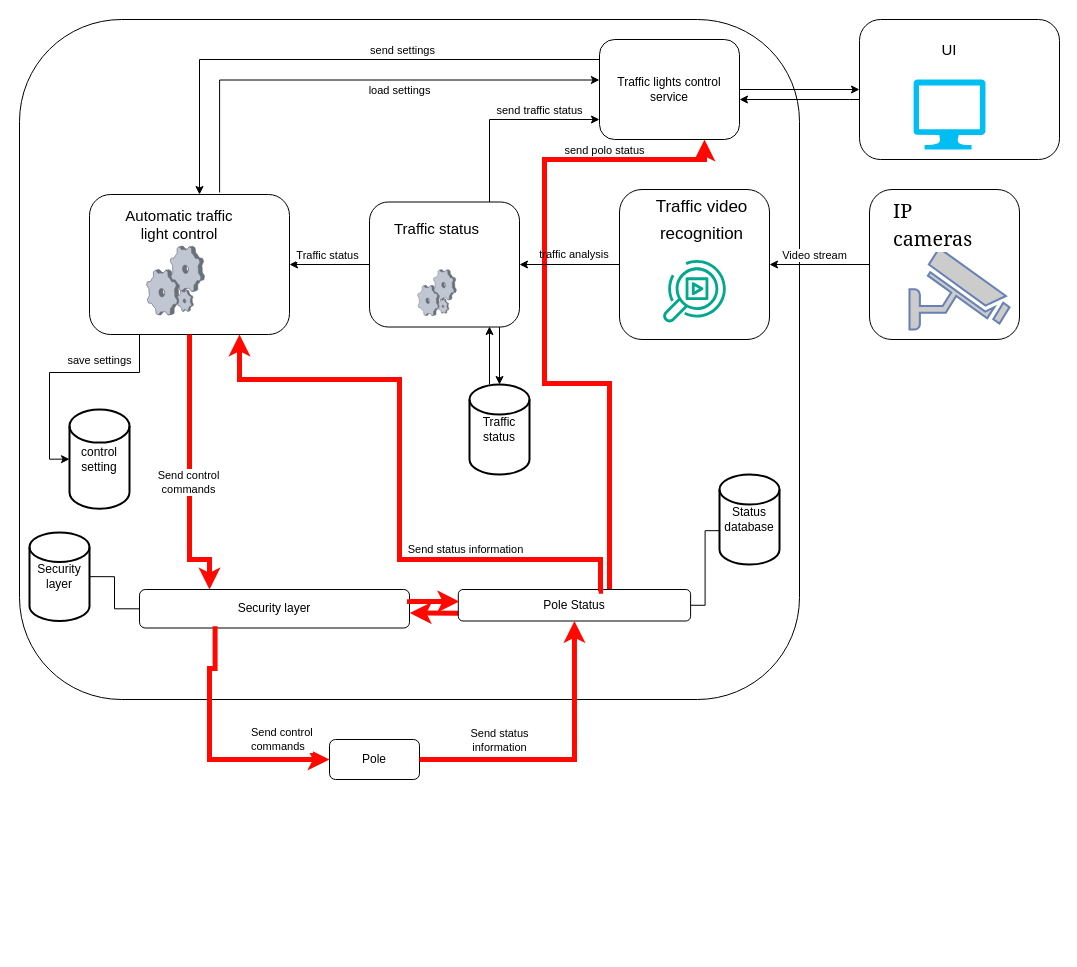
Mrazbb/OAMK_DDD keeps this draw.io diagram as Untitled Diagram.drawio. Above is the earlier version. Source tidied: cells renumbered, new cells numbered last; positions are measured from the earlier drawing's top-left corner, leaving out a move shared by most shapes. Both pictures are drawn from the tidied source at 100%, with x=0, y=0 at pixel (19, 19).
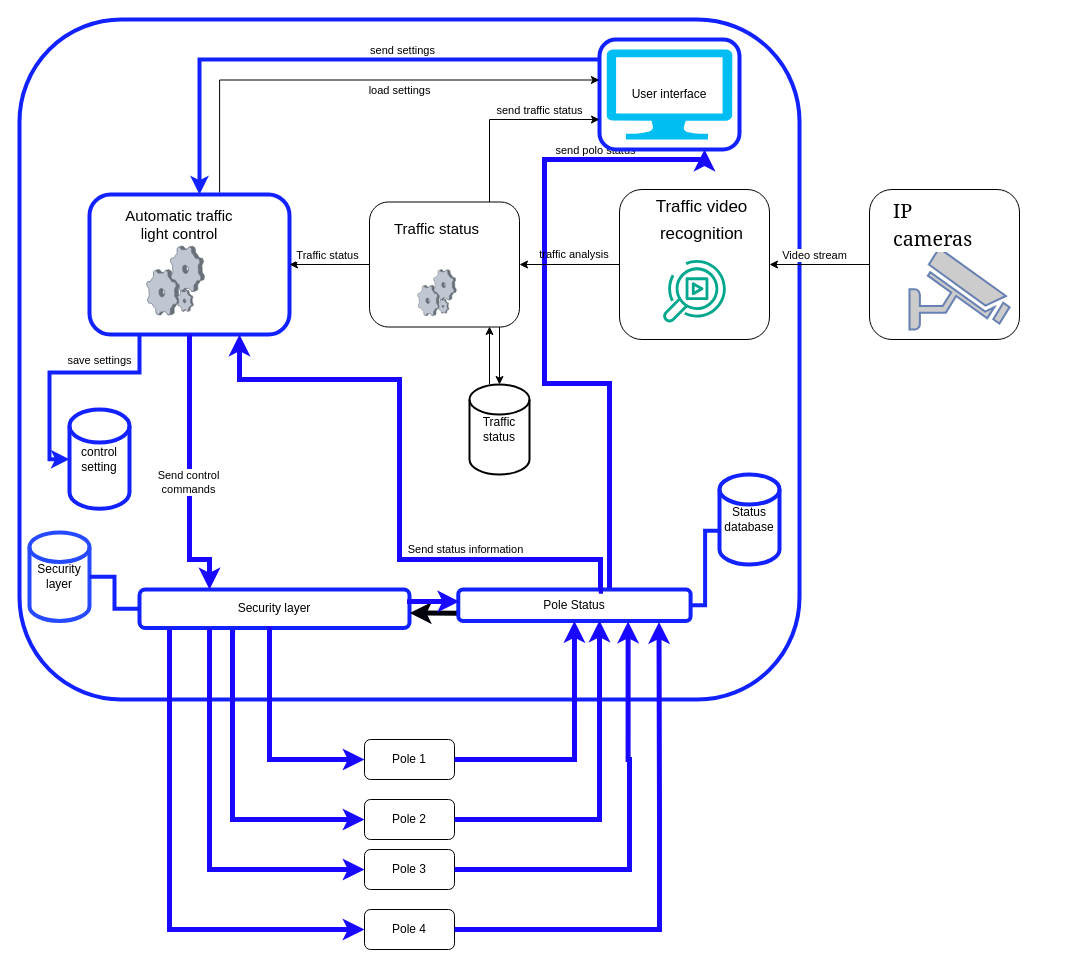
Above is the later version.

The change refers to these unchanged cells:
```xml
<mxCell id="3" style="group;" parent="1" vertex="1">
  <mxGeometry x="30" y="300" width="760" height="400" as="geometry" />
</mxCell>
```

Diff of the diagram source:
```diff
@@
-    <mxCell id="2" value="Pole" style="rounded=1;whiteSpace=wrap;html=1;" parent="1" vertex="1">
-      <mxGeometry x="310" y="720" width="90" height="40" as="geometry" />
-    </mxCell>
@@
     <mxCell id="4" style="group;" parent="3" vertex="1">
-      <mxGeometry x="-30" y="-300" width="790" height="680" as="geometry" />
+      <mxGeometry x="-30" y="-300" width="790" height="700" as="geometry" />
     </mxCell>
-    <mxCell id="5" style="rounded=1;whiteSpace=wrap;html=1;align=center;" parent="4" vertex="1">
+    <mxCell id="5" style="rounded=1;whiteSpace=wrap;html=1;align=center;strokeColor=#1222FF;strokeWidth=4;" parent="4" vertex="1">
       <mxGeometry width="780" height="680" as="geometry" />
     </mxCell>
-    <mxCell id="6" value="Security layer" style="rounded=1;whiteSpace=wrap;html=1;" parent="4" vertex="1">
+    <mxCell id="6" value="Security layer" style="rounded=1;whiteSpace=wrap;html=1;strokeColor=#1222FF;strokeWidth=4;" parent="4" vertex="1">
       <mxGeometry x="120" y="570" width="270" height="38.5" as="geometry" />
     </mxCell>
-    <mxCell id="7" style="edgeStyle=orthogonalEdgeStyle;shape=connector;rounded=0;jettySize=auto;html=1;exitX=0;exitY=0.75;exitDx=0;exitDy=0;labelBackgroundColor=default;strokeColor=#FF0800;align=center;verticalAlign=middle;fontFamily=Helvetica;fontSize=11;fontColor=default;endArrow=classic;entryX=1.001;entryY=0.612;entryDx=0;entryDy=0;entryPerimeter=0;strokeWidth=5;" parent="4" edge="1" source="10" target="6">
+    <mxCell id="7" style="edgeStyle=orthogonalEdgeStyle;shape=connector;rounded=0;jettySize=auto;html=1;exitX=0;exitY=0.75;exitDx=0;exitDy=0;labelBackgroundColor=default;strokeColor=#01000A;align=center;verticalAlign=middle;fontFamily=Helvetica;fontSize=11;fontColor=default;endArrow=classic;entryX=1.001;entryY=0.612;entryDx=0;entryDy=0;entryPerimeter=0;strokeWidth=5;" parent="4" edge="1" source="10" target="6">
       <mxGeometry relative="1" as="geometry" />
     </mxCell>
-    <mxCell id="8" style="edgeStyle=orthogonalEdgeStyle;shape=connector;rounded=0;jettySize=auto;html=1;entryX=0.75;entryY=1;entryDx=0;entryDy=0;labelBackgroundColor=default;strokeColor=#FF0800;align=center;verticalAlign=middle;fontFamily=Helvetica;fontSize=11;fontColor=default;endArrow=classic;strokeWidth=5;" parent="4" edge="1" source="10" target="39">
+    <mxCell id="8" style="edgeStyle=orthogonalEdgeStyle;shape=connector;rounded=0;jettySize=auto;html=1;entryX=0.75;entryY=1;entryDx=0;entryDy=0;labelBackgroundColor=default;strokeColor=#1808FF;align=center;verticalAlign=middle;fontFamily=Helvetica;fontSize=11;fontColor=default;endArrow=classic;strokeWidth=5;" parent="4" edge="1" source="10" target="39">
       <mxGeometry relative="1" as="geometry">
         <Array as="points">
           <mxPoint x="590" y="364" />
           <mxPoint x="525" y="364" />
           <mxPoint x="525" y="140" />
           <mxPoint x="685" y="140" />
         </Array>
       </mxGeometry>
     </mxCell>
@@
-    <mxCell id="10" value="Pole Status" style="rounded=1;whiteSpace=wrap;html=1;" parent="4" vertex="1">
+    <mxCell id="10" value="Pole Status" style="rounded=1;whiteSpace=wrap;html=1;strokeColor=#1222FF;strokeWidth=4;" parent="4" vertex="1">
       <mxGeometry x="438.8" y="570" width="232.3" height="31.5" as="geometry" />
     </mxCell>
-    <mxCell id="11" style="edgeStyle=orthogonalEdgeStyle;shape=connector;rounded=0;jettySize=auto;html=1;exitX=1;exitY=0.25;exitDx=0;exitDy=0;labelBackgroundColor=default;strokeColor=#FF0800;align=center;verticalAlign=middle;fontFamily=Helvetica;fontSize=11;fontColor=default;endArrow=classic;entryX=0.004;entryY=0.378;entryDx=0;entryDy=0;entryPerimeter=0;strokeWidth=5;" parent="4" edge="1" source="6" target="10">
+    <mxCell id="11" style="edgeStyle=orthogonalEdgeStyle;shape=connector;rounded=0;jettySize=auto;html=1;exitX=1;exitY=0.25;exitDx=0;exitDy=0;labelBackgroundColor=default;strokeColor=#1808FF;align=center;verticalAlign=middle;fontFamily=Helvetica;fontSize=11;fontColor=default;endArrow=classic;entryX=0.004;entryY=0.378;entryDx=0;entryDy=0;entryPerimeter=0;strokeWidth=5;" parent="4" edge="1" source="6" target="10">
       <mxGeometry relative="1" as="geometry">
         <Array as="points">
           <mxPoint x="390" y="582" />
         </Array>
       </mxGeometry>
     </mxCell>
-    <mxCell id="12" value="Security layer" style="strokeWidth=2;html=1;shape=mxgraph.flowchart.database;whiteSpace=wrap;" parent="4" vertex="1">
+    <mxCell id="12" value="Security layer" style="strokeWidth=4;html=1;shape=mxgraph.flowchart.database;whiteSpace=wrap;strokeColor=#264AFF;" parent="4" vertex="1">
       <mxGeometry x="10" y="512.9" width="60" height="88.5" as="geometry" />
     </mxCell>
-    <mxCell id="13" style="endArrow=none;html=1;rounded=0;labelBackgroundColor=default;strokeColor=default;align=center;verticalAlign=middle;fontFamily=Helvetica;fontSize=11;fontColor=default;shape=connector;edgeStyle=orthogonalEdgeStyle;entryX=1;entryY=0.5;entryDx=0;entryDy=0;entryPerimeter=0;" parent="4" edge="1" source="6" target="12">
+    <mxCell id="13" style="endArrow=none;html=1;rounded=0;labelBackgroundColor=default;strokeColor=#1222FF;align=center;verticalAlign=middle;fontFamily=Helvetica;fontSize=11;fontColor=default;shape=connector;edgeStyle=orthogonalEdgeStyle;entryX=1;entryY=0.5;entryDx=0;entryDy=0;entryPerimeter=0;strokeWidth=4;" parent="4" edge="1" source="6" target="12">
       <mxGeometry relative="1" as="geometry" />
     </mxCell>
-    <mxCell id="14" value="Status&lt;br&gt;database" style="strokeWidth=2;html=1;shape=mxgraph.flowchart.database;whiteSpace=wrap;" parent="4" vertex="1">
+    <mxCell id="14" value="Status&lt;br&gt;database" style="strokeWidth=4;html=1;shape=mxgraph.flowchart.database;whiteSpace=wrap;strokeColor=#1222FF;" parent="4" vertex="1">
       <mxGeometry x="700" y="455" width="60" height="90" as="geometry" />
     </mxCell>
-    <mxCell id="15" style="endArrow=none;html=1;rounded=0;labelBackgroundColor=default;strokeColor=default;align=center;verticalAlign=middle;fontFamily=Helvetica;fontSize=11;fontColor=default;shape=connector;entryX=0.011;entryY=0.624;entryDx=0;entryDy=0;entryPerimeter=0;exitX=1;exitY=0.5;exitDx=0;exitDy=0;edgeStyle=orthogonalEdgeStyle;" parent="4" edge="1" source="10" target="14">
+    <mxCell id="15" style="endArrow=none;html=1;rounded=0;labelBackgroundColor=default;strokeColor=#1222FF;align=center;verticalAlign=middle;fontFamily=Helvetica;fontSize=11;fontColor=default;shape=connector;entryX=0.011;entryY=0.624;entryDx=0;entryDy=0;entryPerimeter=0;exitX=1;exitY=0.5;exitDx=0;exitDy=0;edgeStyle=orthogonalEdgeStyle;strokeWidth=4;" parent="4" edge="1" source="10" target="14">
       <mxGeometry relative="1" as="geometry" />
     </mxCell>
-    <mxCell id="16" style="rounded=1;whiteSpace=wrap;html=1;" parent="4" vertex="1">
+    <mxCell id="16" style="rounded=1;whiteSpace=wrap;html=1;strokeColor=#1222FF;strokeWidth=4;" parent="4" vertex="1">
       <mxGeometry x="70" y="175" width="200" height="140" as="geometry" />
     </mxCell>
@@
-    <mxCell id="23" style="edgeStyle=orthogonalEdgeStyle;shape=connector;rounded=0;jettySize=auto;html=1;labelBackgroundColor=default;strokeColor=#FF0800;align=center;verticalAlign=middle;fontFamily=Helvetica;fontSize=11;fontColor=default;endArrow=classic;strokeWidth=5;" parent="4" edge="1" source="16" target="6">
+    <mxCell id="23" style="edgeStyle=orthogonalEdgeStyle;shape=connector;rounded=0;jettySize=auto;html=1;labelBackgroundColor=default;strokeColor=#1808FF;align=center;verticalAlign=middle;fontFamily=Helvetica;fontSize=11;fontColor=default;endArrow=classic;strokeWidth=5;" parent="4" edge="1" source="16" target="6">
       <mxGeometry relative="1" as="geometry">
         <Array as="points">
           <mxPoint x="170" y="540" />
           <mxPoint x="190" y="540" />
         </Array>
       </mxGeometry>
     </mxCell>
@@
-    <mxCell id="25" value="control setting" style="strokeWidth=2;html=1;shape=mxgraph.flowchart.database;whiteSpace=wrap;" parent="4" vertex="1">
+    <mxCell id="25" value="control setting" style="strokeWidth=4;html=1;shape=mxgraph.flowchart.database;whiteSpace=wrap;strokeColor=#1222FF;" parent="4" vertex="1">
       <mxGeometry x="50" y="390" width="60" height="99.3" as="geometry" />
     </mxCell>
-    <mxCell id="26" style="edgeStyle=orthogonalEdgeStyle;shape=connector;rounded=0;jettySize=auto;html=1;entryX=0;entryY=0.5;entryDx=0;entryDy=0;entryPerimeter=0;labelBackgroundColor=default;strokeColor=default;align=center;verticalAlign=middle;fontFamily=Helvetica;fontSize=11;fontColor=default;endArrow=classic;" parent="4" edge="1" source="16" target="25">
+    <mxCell id="26" style="edgeStyle=orthogonalEdgeStyle;shape=connector;rounded=0;jettySize=auto;html=1;entryX=0;entryY=0.5;entryDx=0;entryDy=0;entryPerimeter=0;labelBackgroundColor=default;strokeColor=#1222FF;align=center;verticalAlign=middle;fontFamily=Helvetica;fontSize=11;fontColor=default;endArrow=classic;strokeWidth=4;" parent="4" edge="1" source="16" target="25">
       <mxGeometry relative="1" as="geometry">
         <Array as="points">
           <mxPoint x="120" y="353" />
           <mxPoint x="30" y="353" />
           <mxPoint x="30" y="440" />
         </Array>
       </mxGeometry>
     </mxCell>
@@
-    <mxCell id="28" style="edgeStyle=orthogonalEdgeStyle;shape=connector;rounded=0;jettySize=auto;html=1;exitX=0.605;exitY=0.054;exitDx=0;exitDy=0;labelBackgroundColor=default;strokeColor=#FF0800;align=center;verticalAlign=middle;fontFamily=Helvetica;fontSize=11;fontColor=default;endArrow=classic;exitPerimeter=0;entryX=0.75;entryY=1;entryDx=0;entryDy=0;strokeWidth=5;" parent="4" edge="1" source="10" target="16">
+    <mxCell id="28" style="edgeStyle=orthogonalEdgeStyle;shape=connector;rounded=0;jettySize=auto;html=1;exitX=0.605;exitY=0.054;exitDx=0;exitDy=0;labelBackgroundColor=default;strokeColor=#1808FF;align=center;verticalAlign=middle;fontFamily=Helvetica;fontSize=11;fontColor=default;endArrow=classic;exitPerimeter=0;entryX=0.75;entryY=1;entryDx=0;entryDy=0;strokeWidth=5;" parent="4" edge="1" source="10" target="16">
       <mxGeometry relative="1" as="geometry">
         <Array as="points">
           <mxPoint x="581" y="540" />
           <mxPoint x="380" y="540" />
           <mxPoint x="380" y="360" />
           <mxPoint x="220" y="360" />
         </Array>
       </mxGeometry>
     </mxCell>
@@
-    <mxCell id="39" value="Traffic lights control service" style="rounded=1;whiteSpace=wrap;html=1;" parent="4" vertex="1">
-      <mxGeometry x="580" y="20" width="140" height="100" as="geometry" />
+    <mxCell id="39" value="User interface" style="rounded=1;whiteSpace=wrap;html=1;strokeWidth=4;strokeColor=#1222FF;" parent="4" vertex="1">
+      <mxGeometry x="580" y="20" width="140" height="110" as="geometry" />
     </mxCell>
@@
-    <mxCell id="42" style="edgeStyle=orthogonalEdgeStyle;shape=connector;rounded=0;jettySize=auto;html=1;labelBackgroundColor=default;strokeColor=default;align=center;verticalAlign=middle;fontFamily=Helvetica;fontSize=11;fontColor=default;endArrow=classic;" parent="4" edge="1" source="39" target="16">
+    <mxCell id="42" style="edgeStyle=orthogonalEdgeStyle;shape=connector;rounded=0;jettySize=auto;html=1;labelBackgroundColor=default;strokeColor=#1222FF;align=center;verticalAlign=middle;fontFamily=Helvetica;fontSize=11;fontColor=default;endArrow=classic;strokeWidth=4;" parent="4" edge="1" source="39" target="16">
       <mxGeometry relative="1" as="geometry">
         <Array as="points">
           <mxPoint x="180" y="40" />
         </Array>
       </mxGeometry>
     </mxCell>
@@
+    <mxCell id="61" style="rounded=0;jettySize=auto;html=1;labelBorderColor=none;align=left;entryX=0;entryY=0.5;entryDx=0;entryDy=0;edgeStyle=orthogonalEdgeStyle;strokeColor=#1808FF;strokeWidth=5;" parent="4" edge="1" target="64">
+      <mxGeometry x="0.63" y="20" relative="1" as="geometry">
+        <mxPoint x="190" y="610" as="sourcePoint" />
+        <Array as="points">
+          <mxPoint x="190" y="609" />
+          <mxPoint x="190" y="850" />
+        </Array>
+      </mxGeometry>
+    </mxCell>
+    <mxCell id="59" style="verticalLabelPosition=bottom;html=1;verticalAlign=top;align=center;strokeColor=none;fillColor=#00BEF2;shape=mxgraph.azure.computer;fontFamily=Helvetica;fontSize=11;fontColor=default;" parent="4" vertex="1">
+      <mxGeometry x="587.1" y="30" width="125.7" height="90" as="geometry" />
+    </mxCell>
@@
-    <mxCell id="50" style="rounded=0;jettySize=auto;html=1;exitX=1;exitY=0.5;exitDx=0;exitDy=0;entryX=0.5;entryY=1;entryDx=0;entryDy=0;labelBackgroundColor=default;strokeColor=#FF0800;align=center;verticalAlign=middle;fontFamily=Helvetica;fontSize=11;fontColor=default;endArrow=classic;edgeStyle=orthogonalEdgeStyle;strokeWidth=5;" parent="1" edge="1" source="2" target="10">
-      <mxGeometry relative="1" as="geometry" />
-    </mxCell>
-    <mxCell id="51" value="Send status &lt;br&gt;information" style="edgeLabel;html=1;align=center;verticalAlign=middle;fontFamily=Helvetica;fontSize=11;fontColor=default;" parent="50" vertex="1">
-      <mxGeometry x="-0.5" y="1" relative="1" as="geometry">
-        <mxPoint x="6" y="-19" as="offset" />
-      </mxGeometry>
-    </mxCell>
-    <mxCell id="52" value="Send control &lt;br&gt;commands" style="rounded=0;jettySize=auto;html=1;labelBorderColor=none;align=left;entryX=0;entryY=0.5;entryDx=0;entryDy=0;edgeStyle=orthogonalEdgeStyle;exitX=0.28;exitY=0.953;exitDx=0;exitDy=0;exitPerimeter=0;strokeColor=#FF0800;strokeWidth=5;" parent="1" edge="1" source="6" target="2">
-      <mxGeometry x="0.38" y="20" relative="1" as="geometry">
-        <Array as="points">
-          <mxPoint x="196" y="649" />
-          <mxPoint x="190" y="649" />
-          <mxPoint x="190" y="740" />
-        </Array>
-      </mxGeometry>
-    </mxCell>
@@
-    <mxCell id="56" style="edgeStyle=orthogonalEdgeStyle;shape=connector;rounded=0;jettySize=auto;html=1;labelBackgroundColor=default;strokeColor=default;align=center;verticalAlign=middle;fontFamily=Helvetica;fontSize=11;fontColor=default;endArrow=classic;" parent="1" edge="1" source="57" target="39">
-      <mxGeometry relative="1" as="geometry">
-        <Array as="points">
-          <mxPoint x="830" y="80" />
-          <mxPoint x="830" y="80" />
-        </Array>
-      </mxGeometry>
-    </mxCell>
-    <mxCell id="57" style="rounded=1;whiteSpace=wrap;html=1;" parent="1" vertex="1">
-      <mxGeometry x="840" width="200" height="140" as="geometry" />
-    </mxCell>
-    <mxCell id="58" value="UI" style="text;html=1;strokeColor=none;fillColor=none;align=center;verticalAlign=middle;whiteSpace=wrap;rounded=0;fontFamily=Helvetica;fontSize=15;fontColor=default;" parent="57" vertex="1">
-      <mxGeometry x="20" width="140" height="60" as="geometry" />
-    </mxCell>
-    <mxCell id="59" style="verticalLabelPosition=bottom;html=1;verticalAlign=top;align=center;strokeColor=none;fillColor=#00BEF2;shape=mxgraph.azure.computer;fontFamily=Helvetica;fontSize=11;fontColor=default;" parent="57" vertex="1">
-      <mxGeometry x="54" y="60" width="72" height="70" as="geometry" />
-    </mxCell>
-    <mxCell id="60" style="edgeStyle=orthogonalEdgeStyle;shape=connector;rounded=0;jettySize=auto;html=1;labelBackgroundColor=default;strokeColor=default;align=center;verticalAlign=middle;fontFamily=Helvetica;fontSize=11;fontColor=default;endArrow=classic;" parent="1" edge="1" source="39" target="57">
-      <mxGeometry relative="1" as="geometry" />
-    </mxCell>
+    <mxCell id="2" value="Pole 1" style="rounded=1;whiteSpace=wrap;html=1;" parent="1" vertex="1">
+      <mxGeometry x="345" y="720" width="90" height="40" as="geometry" />
+    </mxCell>
+    <mxCell id="50" style="rounded=0;jettySize=auto;html=1;exitX=1;exitY=0.5;exitDx=0;exitDy=0;entryX=0.5;entryY=1;entryDx=0;entryDy=0;labelBackgroundColor=default;strokeColor=#1808FF;align=center;verticalAlign=middle;fontFamily=Helvetica;fontSize=11;fontColor=default;endArrow=classic;edgeStyle=orthogonalEdgeStyle;strokeWidth=5;" parent="1" edge="1" source="2" target="10">
+      <mxGeometry relative="1" as="geometry" />
+    </mxCell>
+    <mxCell id="52" style="rounded=0;jettySize=auto;html=1;labelBorderColor=none;align=left;entryX=0;entryY=0.5;entryDx=0;entryDy=0;edgeStyle=orthogonalEdgeStyle;strokeColor=#1808FF;strokeWidth=5;" parent="1" edge="1" target="2">
+      <mxGeometry x="0.63" y="20" relative="1" as="geometry">
+        <mxPoint x="250" y="607" as="sourcePoint" />
+        <Array as="points">
+          <mxPoint x="250" y="740" />
+        </Array>
+      </mxGeometry>
+    </mxCell>
+    <mxCell id="62" value="Pole 2" style="rounded=1;whiteSpace=wrap;html=1;" parent="1" vertex="1">
+      <mxGeometry x="345" y="780" width="90" height="40" as="geometry" />
+    </mxCell>
+    <mxCell id="63" style="rounded=0;jettySize=auto;html=1;labelBorderColor=none;align=left;entryX=0;entryY=0.5;entryDx=0;entryDy=0;edgeStyle=orthogonalEdgeStyle;exitX=0.354;exitY=1.117;exitDx=0;exitDy=0;exitPerimeter=0;strokeColor=#1808FF;strokeWidth=5;" parent="1" edge="1" source="6" target="62">
+      <mxGeometry x="0.63" y="20" relative="1" as="geometry">
+        <Array as="points">
+          <mxPoint x="213" y="613" />
+          <mxPoint x="213" y="800" />
+        </Array>
+      </mxGeometry>
+    </mxCell>
+    <mxCell id="64" value="Pole 3" style="rounded=1;whiteSpace=wrap;html=1;" parent="1" vertex="1">
+      <mxGeometry x="345" y="830" width="90" height="40" as="geometry" />
+    </mxCell>
+    <mxCell id="65" style="rounded=0;jettySize=auto;html=1;exitX=1;exitY=0.5;exitDx=0;exitDy=0;entryX=0.731;entryY=1.017;entryDx=0;entryDy=0;labelBackgroundColor=default;strokeColor=#1808FF;align=center;verticalAlign=middle;fontFamily=Helvetica;fontSize=11;fontColor=default;endArrow=classic;edgeStyle=orthogonalEdgeStyle;strokeWidth=5;entryPerimeter=0;" parent="1" edge="1" source="64" target="10">
+      <mxGeometry relative="1" as="geometry">
+        <Array as="points">
+          <mxPoint x="610" y="850" />
+          <mxPoint x="610" y="740" />
+          <mxPoint x="609" y="740" />
+        </Array>
+      </mxGeometry>
+    </mxCell>
+    <mxCell id="66" style="rounded=0;jettySize=auto;html=1;labelBorderColor=none;align=left;entryX=0;entryY=0.5;entryDx=0;entryDy=0;edgeStyle=orthogonalEdgeStyle;strokeColor=#1808FF;strokeWidth=5;" parent="1" edge="1" target="67">
+      <mxGeometry x="0.63" y="20" relative="1" as="geometry">
+        <mxPoint x="150" y="610" as="sourcePoint" />
+        <Array as="points">
+          <mxPoint x="150" y="910" />
+        </Array>
+      </mxGeometry>
+    </mxCell>
+    <mxCell id="67" value="Pole 4" style="rounded=1;whiteSpace=wrap;html=1;" parent="1" vertex="1">
+      <mxGeometry x="345" y="890" width="90" height="40" as="geometry" />
+    </mxCell>
+    <mxCell id="68" style="rounded=0;jettySize=auto;html=1;exitX=1;exitY=0.5;exitDx=0;exitDy=0;entryX=0.864;entryY=1.034;entryDx=0;entryDy=0;labelBackgroundColor=default;strokeColor=#1808FF;align=center;verticalAlign=middle;fontFamily=Helvetica;fontSize=11;fontColor=default;endArrow=classic;edgeStyle=orthogonalEdgeStyle;strokeWidth=5;entryPerimeter=0;" parent="1" edge="1" source="67" target="10">
+      <mxGeometry relative="1" as="geometry">
+        <Array as="points">
+          <mxPoint x="640" y="910" />
+          <mxPoint x="640" y="799" />
+        </Array>
+      </mxGeometry>
+    </mxCell>
+    <mxCell id="69" style="rounded=0;jettySize=auto;html=1;exitX=1;exitY=0.5;exitDx=0;exitDy=0;labelBackgroundColor=default;strokeColor=#1808FF;align=center;verticalAlign=middle;fontFamily=Helvetica;fontSize=11;fontColor=default;endArrow=classic;edgeStyle=orthogonalEdgeStyle;strokeWidth=5;" parent="1" edge="1" source="62">
+      <mxGeometry relative="1" as="geometry">
+        <mxPoint x="580" y="601" as="targetPoint" />
+        <Array as="points">
+          <mxPoint x="580" y="800" />
+          <mxPoint x="580" y="601" />
+        </Array>
+      </mxGeometry>
+    </mxCell>
```
